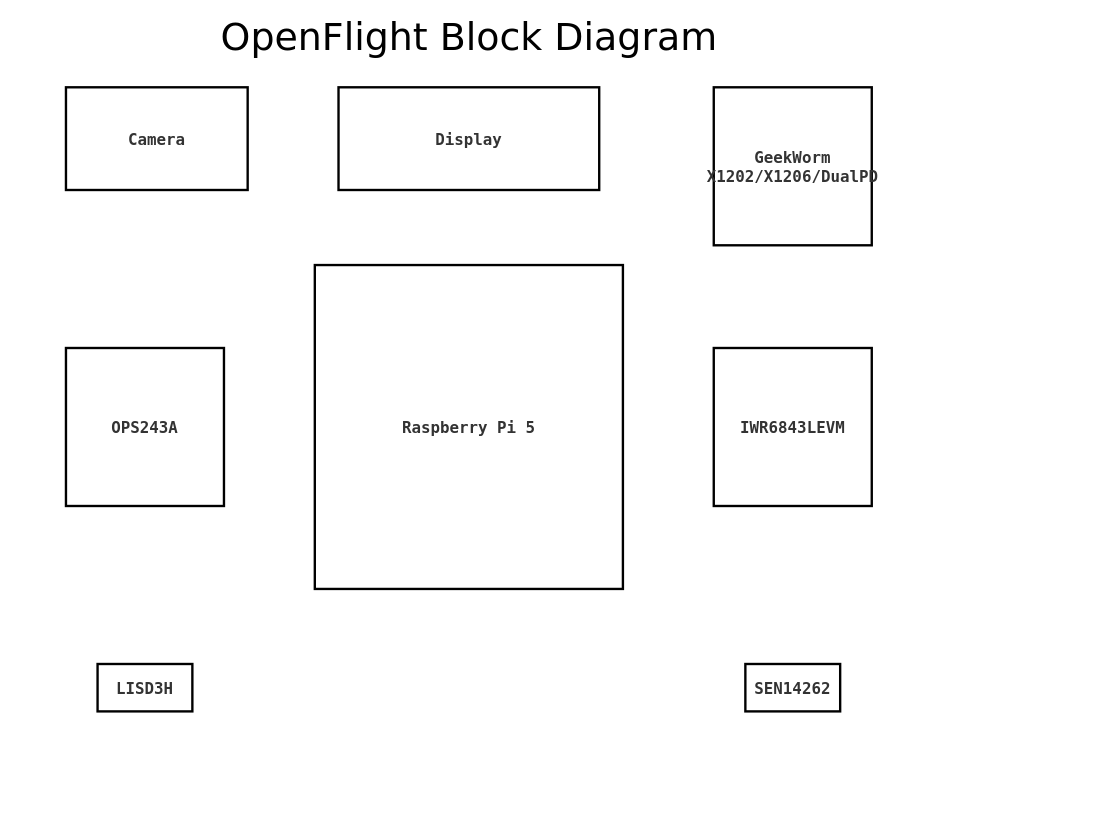
Before: docs/OpenFlight_Block_Diagram.drawio in Robinante/OpenFlight-Radar-Workbench, a draw.io diagram. Source tidied: cells renumbered, new cells numbered last; positions are measured from the earlier drawing's top-left corner, leaving out a move shared by most shapes. Both pictures are drawn from the tidied source at 79%, with x=0, y=0 at pixel (66, 24).
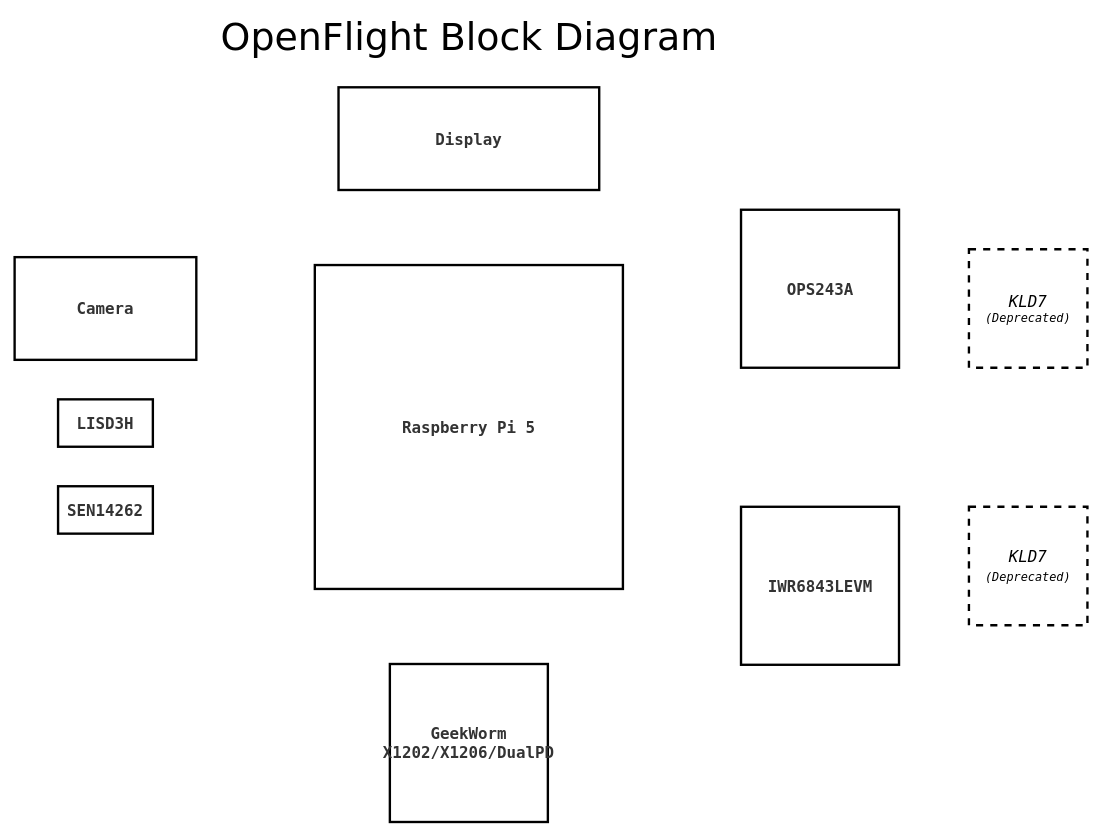
The same page after the edit.

Commit message:
Layout Draft 2

Diff of the diagram source:
```diff
@@
 <mxGraphModel>
   <root>
     <mxCell id="0" />
     <mxCell id="1" parent="0" />
     <mxCell id="2" value="Raspberry Pi 5" style="rounded=0;whiteSpace=wrap;fillColor=light-dark(#FFFFFF,#FFFFFF);fontColor=#333333;strokeColor=light-dark(#000000,#000000);perimeterSpacing=0;strokeWidth=3;glass=0;labelBackgroundColor=none;labelBorderColor=none;textShadow=0;fontStyle=1;fontSize=20;fontFamily=Lucida Console;html=1;" parent="1" vertex="1">
       <mxGeometry x="315" y="304" width="390" height="410" as="geometry" />
     </mxCell>
     <mxCell id="3" value="Display" style="rounded=0;whiteSpace=wrap;html=1;strokeWidth=3;fontFamily=Lucida Console;fontSize=20;fontColor=#333333;fontStyle=1;align=center;verticalAlign=middle;labelBorderColor=none;labelBackgroundColor=none;" parent="1" vertex="1">
       <mxGeometry x="345" y="79" width="330" height="130" as="geometry" />
     </mxCell>
     <mxCell id="4" value="Camera" style="rounded=0;whiteSpace=wrap;html=1;strokeWidth=3;fontFamily=Lucida Console;fontSize=20;fontColor=#333333;fontStyle=1;align=center;verticalAlign=middle;labelBorderColor=none;labelBackgroundColor=none;" parent="1" vertex="1">
-      <mxGeometry y="79" width="230" height="130" as="geometry" />
+      <mxGeometry x="-65" y="294" width="230" height="130" as="geometry" />
     </mxCell>
     <mxCell id="5" value="SEN14262" style="rounded=0;whiteSpace=wrap;html=1;strokeWidth=3;fontFamily=Lucida Console;fontSize=20;fontColor=#333333;fontStyle=1;align=center;verticalAlign=middle;labelBorderColor=none;labelBackgroundColor=none;" parent="1" vertex="1">
-      <mxGeometry x="860" y="809" width="120" height="60" as="geometry" />
+      <mxGeometry x="-10" y="584" width="120" height="60" as="geometry" />
     </mxCell>
     <mxCell id="6" value="LISD3H" style="rounded=0;whiteSpace=wrap;html=1;strokeWidth=3;fontFamily=Lucida Console;fontSize=20;fontColor=#333333;fontStyle=1;align=center;verticalAlign=middle;labelBorderColor=none;labelBackgroundColor=none;" parent="1" vertex="1">
-      <mxGeometry x="40" y="809" width="120" height="60" as="geometry" />
+      <mxGeometry x="-10" y="474" width="120" height="60" as="geometry" />
     </mxCell>
     <mxCell id="7" value="&lt;div&gt;OPS243A&lt;/div&gt;" style="rounded=0;whiteSpace=wrap;html=1;strokeWidth=3;fontFamily=Lucida Console;fontSize=20;fontColor=#333333;fontStyle=1;align=center;verticalAlign=middle;labelBorderColor=none;labelBackgroundColor=none;" parent="1" vertex="1">
-      <mxGeometry y="409" width="200" height="200" as="geometry" />
+      <mxGeometry x="854.5" y="234" width="200" height="200" as="geometry" />
     </mxCell>
     <mxCell id="8" value="IWR6843LEVM" style="rounded=0;whiteSpace=wrap;html=1;strokeWidth=3;fontFamily=Lucida Console;fontSize=20;fontColor=#333333;fontStyle=1;align=center;verticalAlign=middle;labelBorderColor=none;labelBackgroundColor=none;" parent="1" vertex="1">
-      <mxGeometry x="820" y="409" width="200" height="200" as="geometry" />
+      <mxGeometry x="854.5" y="610" width="200" height="200" as="geometry" />
     </mxCell>
     <mxCell id="9" value="GeekWorm&lt;br&gt;X1202/X1206/DualPD" style="rounded=0;whiteSpace=wrap;html=1;strokeWidth=3;fontFamily=Lucida Console;fontSize=20;fontColor=#333333;fontStyle=1;align=center;verticalAlign=middle;labelBorderColor=none;labelBackgroundColor=none;" parent="1" vertex="1">
-      <mxGeometry x="820" y="79" width="200" height="200" as="geometry" />
+      <mxGeometry x="410" y="809" width="200" height="200" as="geometry" />
     </mxCell>
     <mxCell id="10" value="OpenFlight Block Diagram" style="text;html=1;whiteSpace=wrap;strokeColor=none;fillColor=none;align=center;verticalAlign=middle;rounded=0;fontSize=48;fontFamily=Verdana;" parent="1" vertex="1">
       <mxGeometry x="165.5" width="689" height="30" as="geometry" />
     </mxCell>
+    <mxCell id="11" value="&lt;font face=&quot;Lucida Console&quot; style=&quot;font-size: 20px;&quot;&gt;&lt;i&gt;KLD7&lt;/i&gt;&lt;/font&gt;&lt;br&gt;&lt;font style=&quot;font-size: 15px;&quot; face=&quot;Lucida Console&quot;&gt;&lt;i&gt;(Deprecated)&lt;/i&gt;&lt;/font&gt;" style="rounded=0;whiteSpace=wrap;html=1;dashed=1;strokeWidth=3;" parent="1" vertex="1">
+      <mxGeometry x="1143" y="284" width="150" height="150" as="geometry" />
+    </mxCell>
+    <mxCell id="12" value="KLD7&lt;br&gt;&lt;font style=&quot;font-size: 15px;&quot;&gt;(Deprecated)&lt;/font&gt;" style="rounded=0;whiteSpace=wrap;html=1;dashed=1;strokeWidth=3;fontFamily=Lucida Console;fontSize=20;fontColor=default;fontStyle=2;align=center;verticalAlign=middle;" parent="1" vertex="1">
+      <mxGeometry x="1143" y="610" width="150" height="150" as="geometry" />
+    </mxCell>
   </root>
 </mxGraphModel>
```
